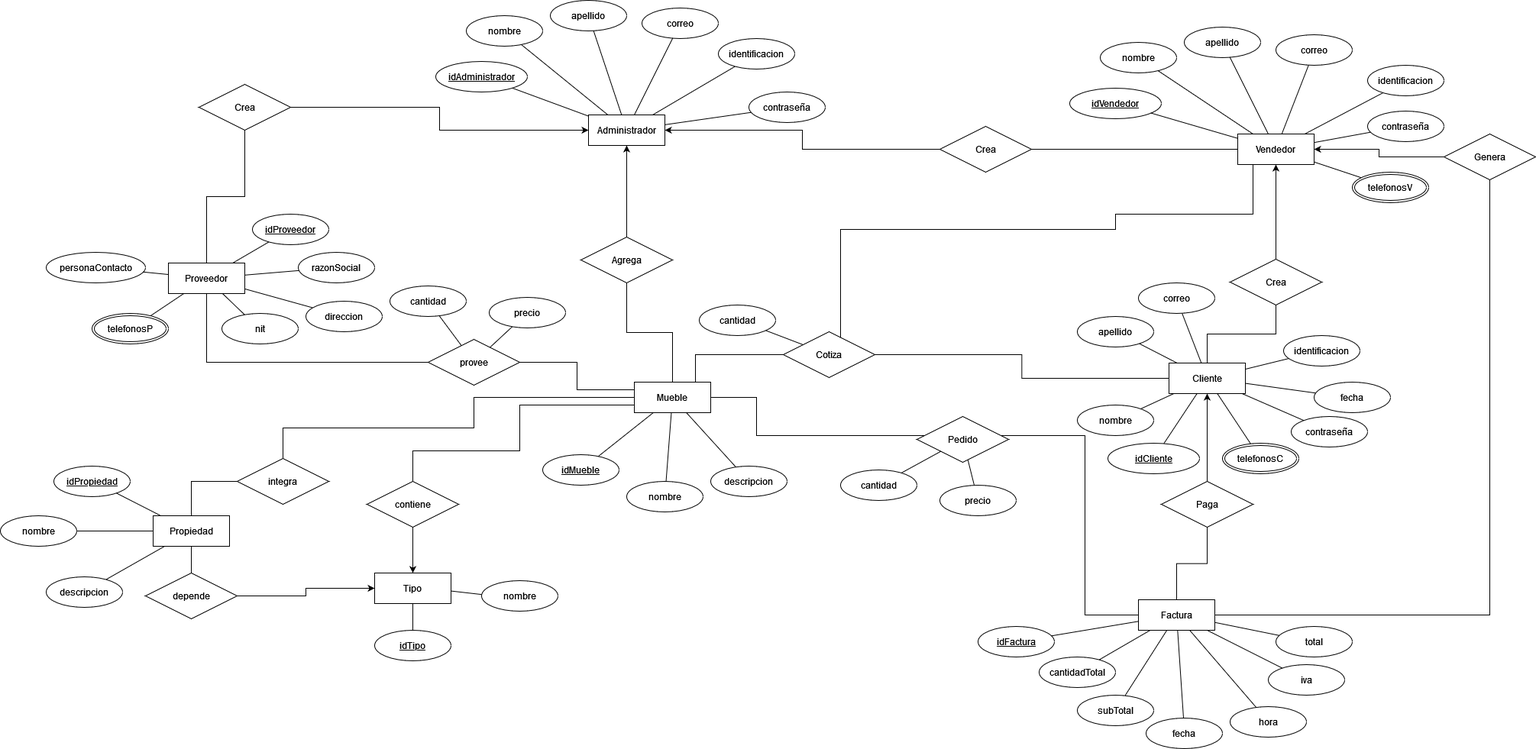
The draw.io diagram esquemas/Diagrama ER.png in EdwardGCB/PRONTOMUEBLE, before a commit. Source tidied: cells renumbered, new cells last; positions are measured from the earlier drawing's top-left corner, leaving out a move shared by most shapes.
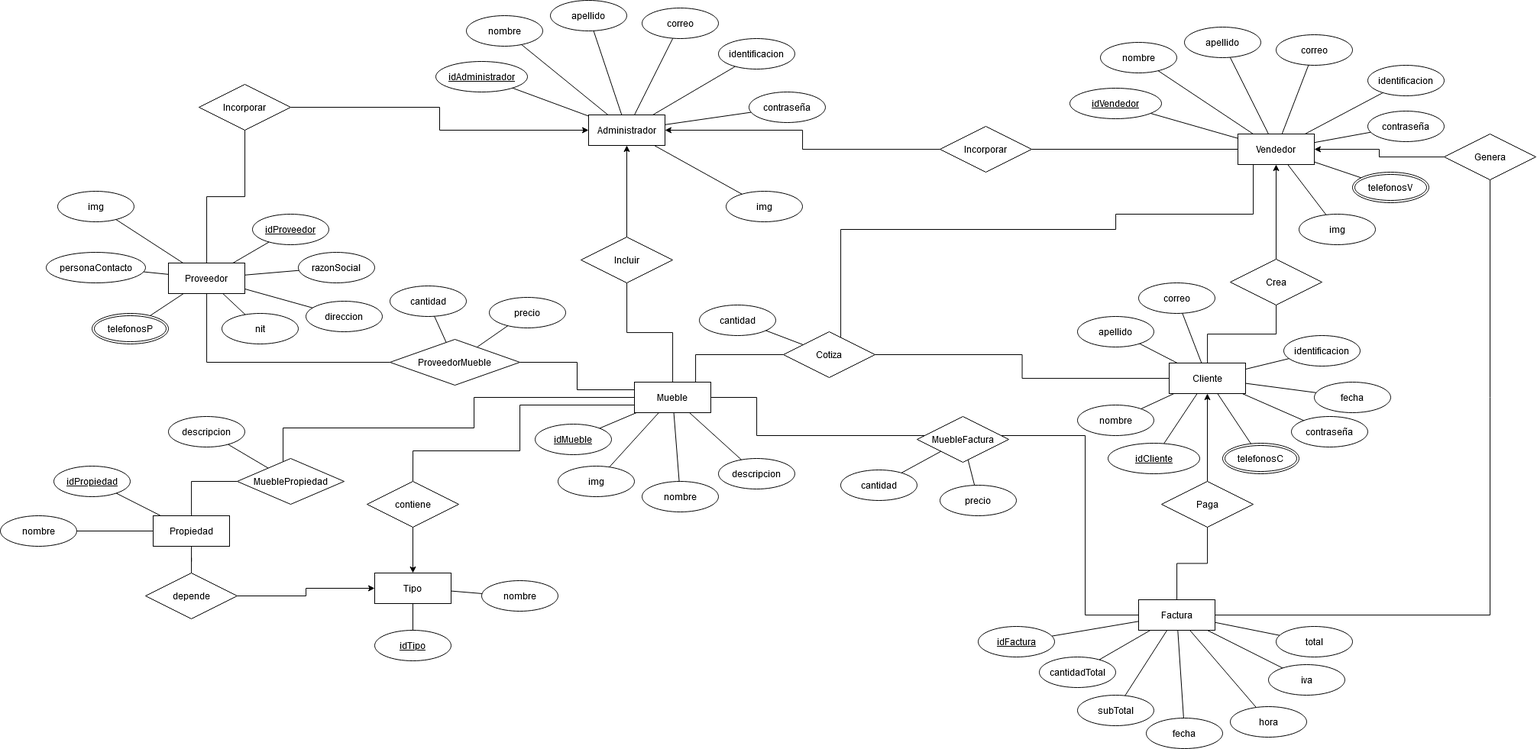
The same file after the commit.

What changed in the source:
```diff
@@ -8,7 +8,7 @@
     <mxCell id="3" style="edgeStyle=orthogonalEdgeStyle;rounded=0;jettySize=auto;html=1;" parent="1" edge="1" source="4" target="16">
       <mxGeometry relative="1" as="geometry" />
     </mxCell>
-    <mxCell id="4" value="Agrega" style="shape=rhombus;perimeter=rhombusPerimeter;whiteSpace=wrap;html=1;align=center;" parent="1" vertex="1">
+    <mxCell id="4" value="Incluir" style="shape=rhombus;perimeter=rhombusPerimeter;whiteSpace=wrap;html=1;align=center;" parent="1" vertex="1">
       <mxGeometry x="760" y="310" width="120" height="60" as="geometry" />
     </mxCell>
     <mxCell id="5" style="edgeStyle=orthogonalEdgeStyle;rounded=0;jettySize=auto;html=1;endArrow=none;endFill=0;" parent="1" edge="1" source="10" target="4">
@@ -61,8 +61,8 @@
         </Array>
       </mxGeometry>
     </mxCell>
-    <mxCell id="13" value="provee" style="shape=rhombus;perimeter=rhombusPerimeter;whiteSpace=wrap;html=1;align=center;" parent="1" vertex="1">
-      <mxGeometry x="560" y="444" width="120" height="60" as="geometry" />
+    <mxCell id="13" value="ProveedorMueble" style="shape=rhombus;perimeter=rhombusPerimeter;whiteSpace=wrap;html=1;align=center;" parent="1" vertex="1">
+      <mxGeometry x="510" y="444" width="170" height="60" as="geometry" />
     </mxCell>
     <mxCell id="14" style="edgeStyle=orthogonalEdgeStyle;rounded=0;jettySize=auto;html=1;endArrow=none;endFill=0;startArrow=classic;startFill=1;" parent="1" edge="1" source="16" target="29">
       <mxGeometry relative="1" as="geometry" />
@@ -76,8 +76,8 @@
     <mxCell id="17" style="edgeStyle=orthogonalEdgeStyle;rounded=0;jettySize=auto;html=1;endArrow=none;endFill=0;" parent="1" edge="1" source="18" target="20">
       <mxGeometry relative="1" as="geometry" />
     </mxCell>
-    <mxCell id="18" value="integra" style="shape=rhombus;perimeter=rhombusPerimeter;whiteSpace=wrap;html=1;align=center;" parent="1" vertex="1">
-      <mxGeometry x="310" y="600" width="120" height="60" as="geometry" />
+    <mxCell id="18" value="MueblePropiedad" style="shape=rhombus;perimeter=rhombusPerimeter;whiteSpace=wrap;html=1;align=center;" parent="1" vertex="1">
+      <mxGeometry x="310" y="600" width="140" height="60" as="geometry" />
     </mxCell>
     <mxCell id="19" style="edgeStyle=orthogonalEdgeStyle;rounded=0;jettySize=auto;html=1;endArrow=none;endFill=0;" parent="1" edge="1" source="20" target="44">
       <mxGeometry relative="1" as="geometry" />
@@ -102,7 +102,7 @@
     <mxCell id="24" value="Factura" style="whiteSpace=wrap;html=1;align=center;" parent="1" vertex="1">
       <mxGeometry x="1490" y="785" width="100" height="40" as="geometry" />
     </mxCell>
-    <mxCell id="25" value="Pedido" style="shape=rhombus;perimeter=rhombusPerimeter;whiteSpace=wrap;html=1;align=center;" parent="1" vertex="1">
+    <mxCell id="25" value="MuebleFactura" style="shape=rhombus;perimeter=rhombusPerimeter;whiteSpace=wrap;html=1;align=center;" parent="1" vertex="1">
       <mxGeometry x="1200" y="545" width="120" height="60" as="geometry" />
     </mxCell>
     <mxCell id="26" style="edgeStyle=orthogonalEdgeStyle;rounded=0;jettySize=auto;html=1;endArrow=none;endFill=0;" parent="1" edge="1" source="27" target="32">
@@ -121,13 +121,13 @@
     <mxCell id="28" style="edgeStyle=orthogonalEdgeStyle;rounded=0;jettySize=auto;html=1;endArrow=none;endFill=0;" parent="1" edge="1" source="29" target="27">
       <mxGeometry relative="1" as="geometry" />
     </mxCell>
-    <mxCell id="29" value="Crea" style="shape=rhombus;perimeter=rhombusPerimeter;whiteSpace=wrap;html=1;align=center;" parent="1" vertex="1">
+    <mxCell id="29" value="Incorporar" style="shape=rhombus;perimeter=rhombusPerimeter;whiteSpace=wrap;html=1;align=center;" parent="1" vertex="1">
       <mxGeometry x="1230" y="165" width="120" height="60" as="geometry" />
     </mxCell>
     <mxCell id="30" style="edgeStyle=orthogonalEdgeStyle;rounded=0;jettySize=auto;html=1;endArrow=none;endFill=0;" parent="1" edge="1" source="31" target="2">
       <mxGeometry relative="1" as="geometry" />
     </mxCell>
-    <mxCell id="31" value="Crea" style="shape=rhombus;perimeter=rhombusPerimeter;whiteSpace=wrap;html=1;align=center;" parent="1" vertex="1">
+    <mxCell id="31" value="Incorporar" style="shape=rhombus;perimeter=rhombusPerimeter;whiteSpace=wrap;html=1;align=center;" parent="1" vertex="1">
       <mxGeometry x="260" y="110" width="120" height="60" as="geometry" />
     </mxCell>
     <mxCell id="32" value="Cotiza" style="shape=rhombus;perimeter=rhombusPerimeter;whiteSpace=wrap;html=1;align=center;" parent="1" vertex="1">
@@ -281,7 +281,7 @@
       <mxGeometry y="675" width="100" height="40" as="geometry" />
     </mxCell>
     <mxCell id="82" value="descripcion" style="ellipse;whiteSpace=wrap;html=1;align=center;" parent="1" vertex="1">
-      <mxGeometry x="60" y="755" width="100" height="40" as="geometry" />
+      <mxGeometry x="220" y="545" width="100" height="40" as="geometry" />
     </mxCell>
     <mxCell id="83" style="endArrow=none;html=1;rounded=0;" parent="1" edge="1" source="80" target="20">
       <mxGeometry relative="1" as="geometry" />
@@ -289,7 +289,7 @@
     <mxCell id="84" style="endArrow=none;html=1;rounded=0;" parent="1" edge="1" source="81" target="20">
       <mxGeometry relative="1" as="geometry" />
     </mxCell>
-    <mxCell id="85" style="endArrow=none;html=1;rounded=0;" parent="1" edge="1" source="82" target="20">
+    <mxCell id="85" style="endArrow=none;html=1;rounded=0;" parent="1" edge="1" source="82" target="18">
       <mxGeometry relative="1" as="geometry" />
     </mxCell>
     <mxCell id="86" value="idTipo" style="ellipse;whiteSpace=wrap;html=1;align=center;fontStyle=4;" parent="1" vertex="1">
@@ -350,13 +350,13 @@
       <mxGeometry relative="1" as="geometry" />
     </mxCell>
     <mxCell id="105" value="&lt;div&gt;nombre&lt;/div&gt;" style="ellipse;whiteSpace=wrap;html=1;align=center;" parent="1" vertex="1">
-      <mxGeometry x="820" y="630" width="100" height="40" as="geometry" />
+      <mxGeometry x="840" y="630" width="100" height="40" as="geometry" />
     </mxCell>
     <mxCell id="106" value="cantidad" style="ellipse;whiteSpace=wrap;html=1;align=center;" parent="1" vertex="1">
       <mxGeometry x="510" y="374" width="100" height="40" as="geometry" />
     </mxCell>
     <mxCell id="107" value="descripcion" style="ellipse;whiteSpace=wrap;html=1;align=center;" parent="1" vertex="1">
-      <mxGeometry x="930" y="610" width="100" height="40" as="geometry" />
+      <mxGeometry x="940" y="600" width="100" height="40" as="geometry" />
     </mxCell>
     <mxCell id="108" style="endArrow=none;html=1;rounded=0;" parent="1" edge="1" source="106" target="13">
       <mxGeometry relative="1" as="geometry" />
@@ -368,7 +368,7 @@
       <mxGeometry relative="1" as="geometry" />
     </mxCell>
     <mxCell id="111" value="idMueble" style="ellipse;whiteSpace=wrap;html=1;align=center;fontStyle=4;" parent="1" vertex="1">
-      <mxGeometry x="710" y="595" width="100" height="40" as="geometry" />
+      <mxGeometry x="700" y="555" width="100" height="40" as="geometry" />
     </mxCell>
     <mxCell id="112" style="endArrow=none;html=1;rounded=0;" parent="1" edge="1" source="10" target="111">
       <mxGeometry relative="1" as="geometry" />
@@ -457,5 +457,29 @@
     <mxCell id="140" style="endArrow=none;html=1;rounded=0;" parent="1" edge="1" source="2" target="45">
       <mxGeometry relative="1" as="geometry" />
     </mxCell>
+    <mxCell id="141" value="&lt;div&gt;img&lt;/div&gt;" style="ellipse;whiteSpace=wrap;html=1;align=center;" parent="1" vertex="1">
+      <mxGeometry x="950" y="250" width="100" height="40" as="geometry" />
+    </mxCell>
+    <mxCell id="142" style="endArrow=none;html=1;rounded=0;" parent="1" edge="1" source="16" target="141">
+      <mxGeometry relative="1" as="geometry" />
+    </mxCell>
+    <mxCell id="143" value="&lt;div&gt;img&lt;/div&gt;" style="ellipse;whiteSpace=wrap;html=1;align=center;" parent="1" vertex="1">
+      <mxGeometry x="75" y="250" width="100" height="40" as="geometry" />
+    </mxCell>
+    <mxCell id="144" style="endArrow=none;html=1;rounded=0;" parent="1" edge="1" source="2" target="143">
+      <mxGeometry relative="1" as="geometry" />
+    </mxCell>
+    <mxCell id="145" value="&lt;div&gt;img&lt;/div&gt;" style="ellipse;whiteSpace=wrap;html=1;align=center;" parent="1" vertex="1">
+      <mxGeometry x="1700" y="280" width="100" height="40" as="geometry" />
+    </mxCell>
+    <mxCell id="146" style="endArrow=none;html=1;rounded=0;" parent="1" edge="1" source="145" target="27">
+      <mxGeometry relative="1" as="geometry" />
+    </mxCell>
+    <mxCell id="147" value="&lt;div&gt;img&lt;/div&gt;" style="ellipse;whiteSpace=wrap;html=1;align=center;" parent="1" vertex="1">
+      <mxGeometry x="730" y="610" width="100" height="40" as="geometry" />
+    </mxCell>
+    <mxCell id="148" style="endArrow=none;html=1;rounded=0;" parent="1" edge="1" source="10" target="147">
+      <mxGeometry relative="1" as="geometry" />
+    </mxCell>
   </root>
 </mxGraphModel>
```
